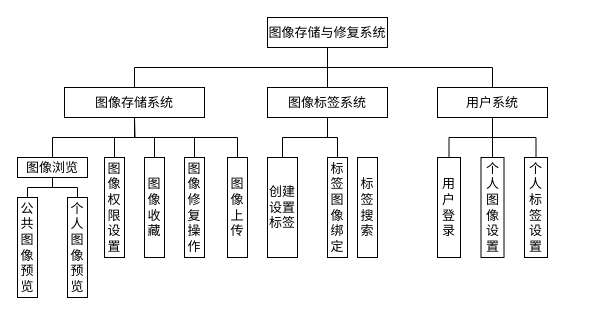
This is 图像存储系统功能模块图.drawio from LiSoulSpace/GitBook, a draw.io file, before an edit. Source tidied: cells renumbered, new cells numbered last; positions are measured from the earlier drawing's top-left corner, leaving out a move shared by most shapes. Both pictures are drawn from the tidied source at 100%, with x=0, y=0 at pixel (17, 17).
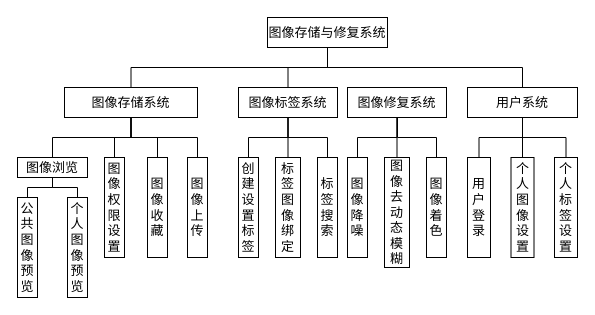
The same diagram, later.

Commit message (it also covers changes not shown here):
更新图像存储系统功能模块图.drawio

Unchanged cells that the change refers to:
```xml
<mxCell id="9" value="图像权限设置" style="rounded=0;whiteSpace=wrap;html=1;fontSize=13;fontFamily=宋体;" parent="1" vertex="1">
  <mxGeometry x="87" y="140" width="20" height="100" as="geometry" />
</mxCell>
```

Change to the diagram source:
```diff
@@
-    <mxCell id="5" style="edgeStyle=orthogonalEdgeStyle;shape=connector;rounded=0;jettySize=auto;html=1;exitX=0.5;exitY=0;exitDx=0;exitDy=0;labelBackgroundColor=default;strokeColor=default;fontFamily=宋体;fontSize=11;fontColor=default;endArrow=none;endFill=0;" parent="1" edge="1" source="6">
-      <mxGeometry relative="1" as="geometry">
-        <mxPoint x="117" y="100" as="targetPoint" />
-        <Array as="points">
-          <mxPoint x="177" y="120" />
-          <mxPoint x="117" y="120" />
-        </Array>
-      </mxGeometry>
-    </mxCell>
-    <mxCell id="6" value="图像修复操作" style="rounded=0;whiteSpace=wrap;html=1;fontSize=13;fontFamily=宋体;" parent="1" vertex="1">
-      <mxGeometry x="167" y="140" width="20" height="100" as="geometry" />
-    </mxCell>
     <mxCell id="7" value="图像存储系统" style="rounded=0;whiteSpace=wrap;html=1;fontSize=13;fontFamily=宋体;" parent="1" vertex="1">
-      <mxGeometry x="47" y="70" width="140" height="30" as="geometry" />
+      <mxGeometry x="47" y="70" width="133" height="30" as="geometry" />
     </mxCell>
-    <mxCell id="8" style="edgeStyle=orthogonalEdgeStyle;shape=connector;rounded=0;jettySize=auto;html=1;exitX=0.5;exitY=0;exitDx=0;exitDy=0;labelBackgroundColor=default;strokeColor=default;fontFamily=宋体;fontSize=11;fontColor=default;endArrow=none;endFill=0;" parent="1" edge="1" source="9">
-      <mxGeometry relative="1" as="geometry">
-        <mxPoint x="117" y="110" as="targetPoint" />
-        <Array as="points">
-          <mxPoint x="97" y="120" />
-          <mxPoint x="117" y="120" />
-        </Array>
-      </mxGeometry>
-    </mxCell>
+    <mxCell id="35" style="edgeStyle=orthogonalEdgeStyle;shape=connector;rounded=0;jettySize=auto;html=1;exitX=0.5;exitY=0;exitDx=0;exitDy=0;entryX=0.5;entryY=1;entryDx=0;entryDy=0;labelBackgroundColor=default;strokeColor=default;fontFamily=Helvetica;fontSize=11;fontColor=default;endArrow=none;endFill=0;" parent="1" edge="1" source="9" target="7">
+      <mxGeometry relative="1" as="geometry" />
+    </mxCell>
@@
-    <mxCell id="10" style="edgeStyle=orthogonalEdgeStyle;shape=connector;rounded=0;jettySize=auto;html=1;exitX=0.5;exitY=0;exitDx=0;exitDy=0;labelBackgroundColor=default;strokeColor=default;fontFamily=宋体;fontSize=11;fontColor=default;endArrow=none;endFill=0;" parent="1" edge="1" source="11">
-      <mxGeometry relative="1" as="geometry">
-        <mxPoint x="117" y="100" as="targetPoint" />
-      </mxGeometry>
-    </mxCell>
+    <mxCell id="36" style="edgeStyle=orthogonalEdgeStyle;shape=connector;rounded=0;jettySize=auto;html=1;exitX=0.5;exitY=0;exitDx=0;exitDy=0;entryX=0.5;entryY=1;entryDx=0;entryDy=0;labelBackgroundColor=default;strokeColor=default;fontFamily=Helvetica;fontSize=11;fontColor=default;endArrow=none;endFill=0;" parent="1" edge="1" source="11" target="7">
+      <mxGeometry relative="1" as="geometry" />
+    </mxCell>
     <mxCell id="11" value="图像收藏" style="rounded=0;whiteSpace=wrap;html=1;fontSize=13;fontFamily=宋体;" parent="1" vertex="1">
-      <mxGeometry x="127" y="140" width="20" height="100" as="geometry" />
+      <mxGeometry x="130" y="140" width="20" height="100" as="geometry" />
     </mxCell>
@@
     <mxCell id="18" style="group;" parent="1" vertex="1">
-      <mxGeometry x="420" y="70" width="110" height="170" as="geometry" />
+      <mxGeometry x="450" y="70" width="110" height="170" as="geometry" />
     </mxCell>
@@
     <mxCell id="27" value="图像标签系统" style="rounded=0;whiteSpace=wrap;html=1;fontSize=13;fontFamily=宋体;" parent="1" vertex="1">
-      <mxGeometry x="250" y="70" width="120" height="30" as="geometry" />
+      <mxGeometry x="221" y="70" width="99" height="30" as="geometry" />
     </mxCell>
@@
     <mxCell id="29" value="创建设置标签" style="rounded=0;whiteSpace=wrap;html=1;fontSize=13;fontFamily=宋体;" parent="1" vertex="1">
-      <mxGeometry x="250" y="140" width="30" height="100" as="geometry" />
+      <mxGeometry x="221" y="140" width="20" height="100" as="geometry" />
     </mxCell>
@@
     <mxCell id="31" value="标签图像绑定" style="rounded=0;whiteSpace=wrap;html=1;fontSize=13;fontFamily=宋体;" parent="1" vertex="1">
-      <mxGeometry x="310" y="140" width="20" height="100" as="geometry" />
+      <mxGeometry x="258" y="140" width="25" height="100" as="geometry" />
     </mxCell>
+    <mxCell id="37" style="edgeStyle=orthogonalEdgeStyle;shape=connector;rounded=0;jettySize=auto;html=1;exitX=0.5;exitY=0;exitDx=0;exitDy=0;entryX=0.5;entryY=1;entryDx=0;entryDy=0;labelBackgroundColor=default;strokeColor=default;fontFamily=Helvetica;fontSize=11;fontColor=default;endArrow=none;endFill=0;" parent="1" edge="1" source="32" target="27">
+      <mxGeometry relative="1" as="geometry" />
+    </mxCell>
     <mxCell id="32" value="标签搜索" style="rounded=0;whiteSpace=wrap;html=1;fontSize=13;fontFamily=宋体;" parent="1" vertex="1">
-      <mxGeometry x="340" y="140" width="20" height="100" as="geometry" />
+      <mxGeometry x="300" y="140" width="20" height="100" as="geometry" />
     </mxCell>
@@
     <mxCell id="34" value="图像上传" style="rounded=0;whiteSpace=wrap;html=1;fontSize=13;fontFamily=宋体;" parent="1" vertex="1">
-      <mxGeometry x="210" y="140" width="20" height="100" as="geometry" />
+      <mxGeometry x="170" y="140" width="20" height="100" as="geometry" />
     </mxCell>
+    <mxCell id="38" value="图像修复系统" style="rounded=0;whiteSpace=wrap;html=1;fontSize=13;fontFamily=宋体;" parent="1" vertex="1">
+      <mxGeometry x="330" y="70" width="99" height="30" as="geometry" />
+    </mxCell>
+    <mxCell id="39" style="edgeStyle=orthogonalEdgeStyle;shape=connector;rounded=0;jettySize=auto;html=1;exitX=0.5;exitY=0;exitDx=0;exitDy=0;entryX=0.5;entryY=1;entryDx=0;entryDy=0;labelBackgroundColor=default;strokeColor=default;fontFamily=Helvetica;fontSize=11;fontColor=default;endArrow=none;endFill=0;" parent="1" edge="1" source="40" target="38">
+      <mxGeometry relative="1" as="geometry" />
+    </mxCell>
+    <mxCell id="40" value="图像降噪" style="rounded=0;whiteSpace=wrap;html=1;fontSize=13;fontFamily=宋体;" parent="1" vertex="1">
+      <mxGeometry x="330" y="140" width="20" height="100" as="geometry" />
+    </mxCell>
+    <mxCell id="41" style="edgeStyle=orthogonalEdgeStyle;shape=connector;rounded=0;jettySize=auto;html=1;exitX=0.5;exitY=0;exitDx=0;exitDy=0;labelBackgroundColor=default;strokeColor=default;fontFamily=Helvetica;fontSize=11;fontColor=default;endArrow=none;endFill=0;" parent="1" edge="1" source="42">
+      <mxGeometry relative="1" as="geometry">
+        <mxPoint x="379.5" y="100" as="targetPoint" />
+      </mxGeometry>
+    </mxCell>
+    <mxCell id="42" value="图像去动态模糊" style="rounded=0;whiteSpace=wrap;html=1;fontSize=13;fontFamily=宋体;" parent="1" vertex="1">
+      <mxGeometry x="367" y="140" width="25" height="110" as="geometry" />
+    </mxCell>
+    <mxCell id="43" style="edgeStyle=orthogonalEdgeStyle;shape=connector;rounded=0;jettySize=auto;html=1;exitX=0.5;exitY=0;exitDx=0;exitDy=0;labelBackgroundColor=default;strokeColor=default;fontFamily=Helvetica;fontSize=11;fontColor=default;endArrow=none;endFill=0;" parent="1" edge="1" source="44">
+      <mxGeometry relative="1" as="geometry">
+        <mxPoint x="380" y="100" as="targetPoint" />
+        <Array as="points">
+          <mxPoint x="419" y="120" />
+          <mxPoint x="380" y="120" />
+        </Array>
+      </mxGeometry>
+    </mxCell>
+    <mxCell id="44" value="图像着色" style="rounded=0;whiteSpace=wrap;html=1;fontSize=13;fontFamily=宋体;" parent="1" vertex="1">
+      <mxGeometry x="409" y="140" width="20" height="100" as="geometry" />
+    </mxCell>
```
